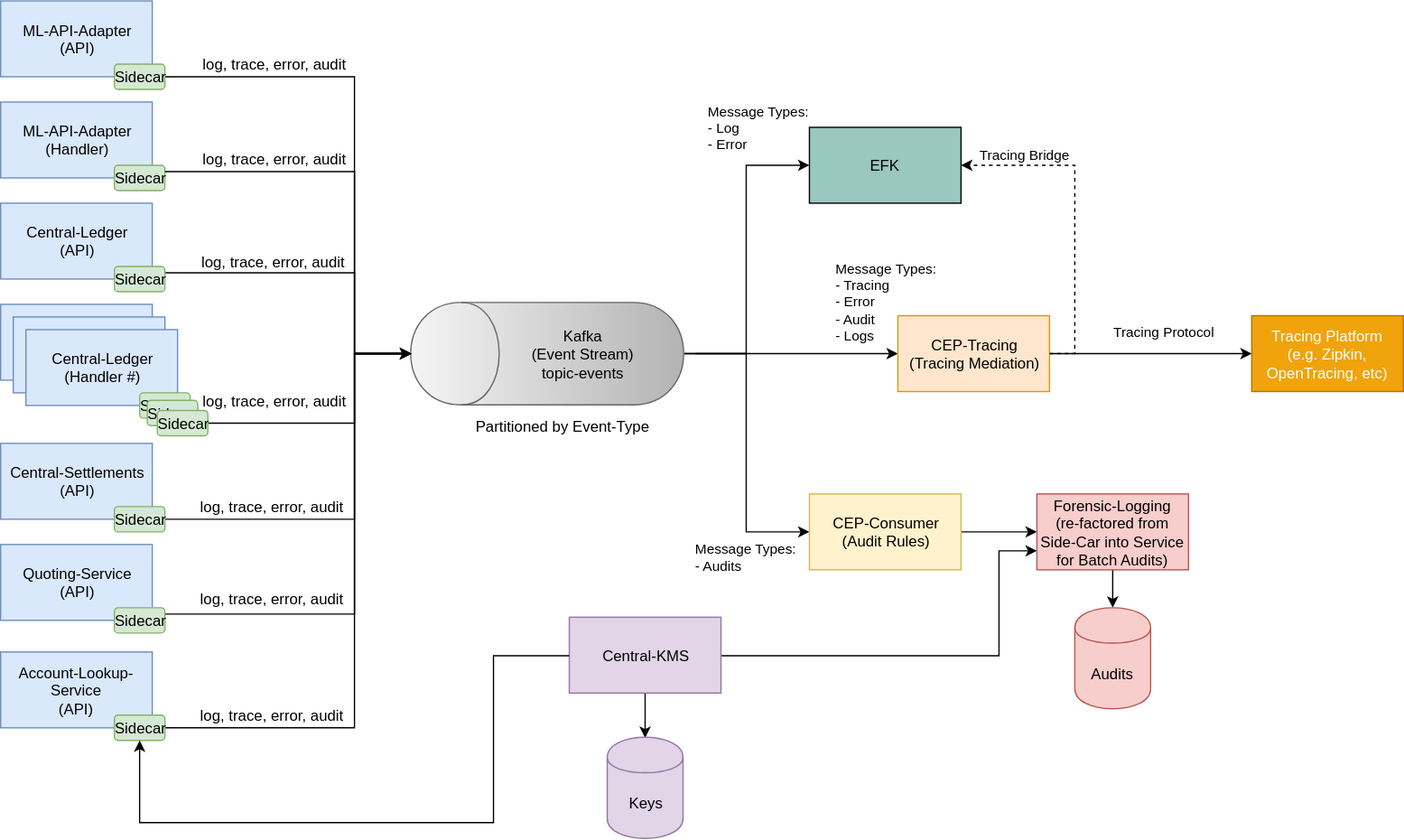
mojaloop/documentation keeps this draw.io diagram as mojaloop-technical-overview/event-framework/assets/diagrams/architecture/architecture-event-framework.svg. Above is the earlier version. Source tidied: cells renumbered, new cells last; positions are measured from the earlier drawing's top-left corner, leaving out a move shared by most shapes.
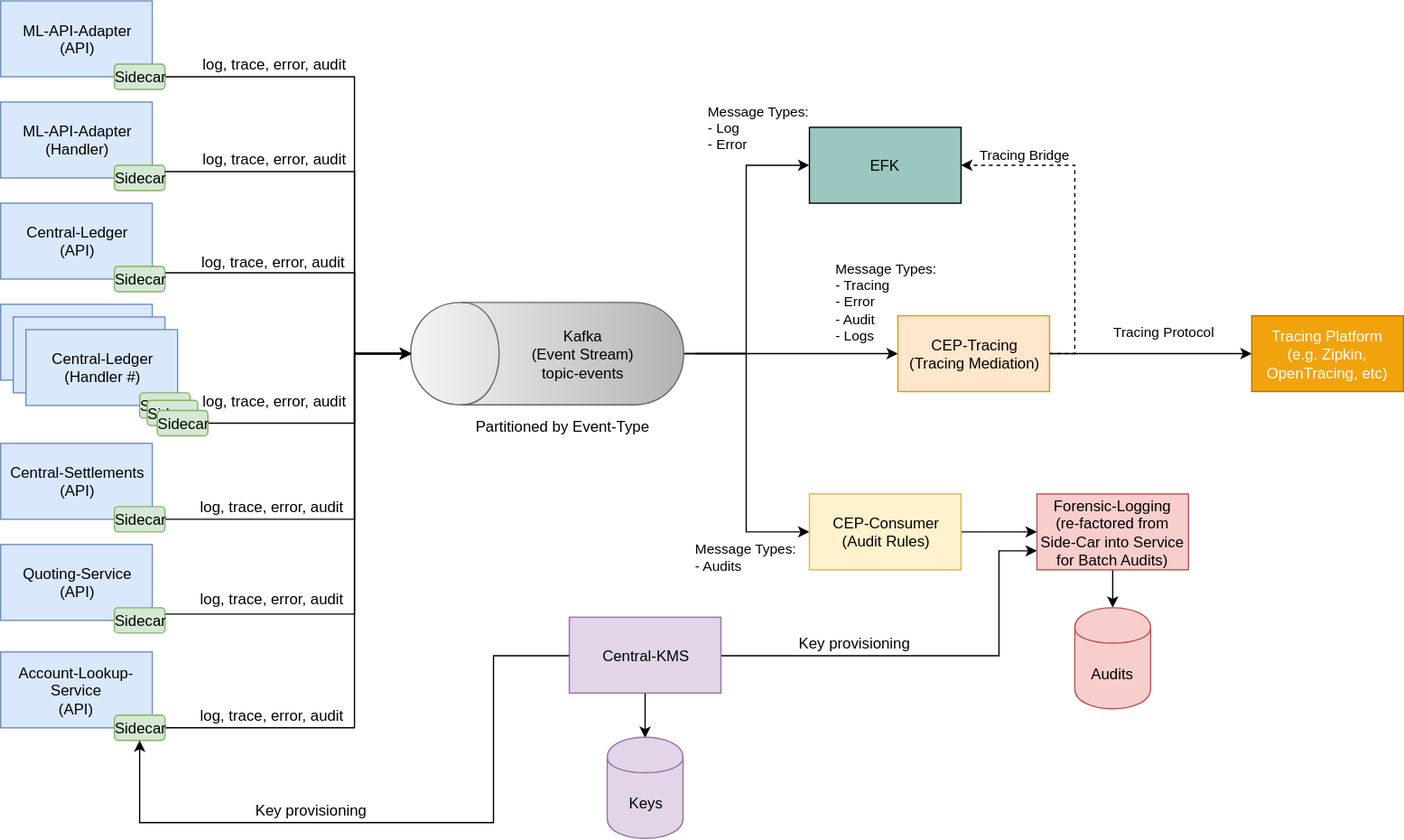
Above is the later version.

Commit message:
updates to event arch

Diff of the diagram source:
```diff
@@ -254,5 +254,11 @@
         </Array>
       </mxGeometry>
     </mxCell>
+    <mxCell id="63" value="&lt;div style=&quot;text-align: left&quot;&gt;Key provisioning&lt;/div&gt;" style="text;html=1;strokeColor=none;fillColor=none;align=center;verticalAlign=middle;whiteSpace=wrap;rounded=0;" parent="1" vertex="1">
+      <mxGeometry x="150" y="630" width="190" height="20" as="geometry" />
+    </mxCell>
+    <mxCell id="64" value="&lt;div style=&quot;text-align: left&quot;&gt;Key provisioning&lt;/div&gt;" style="text;html=1;strokeColor=none;fillColor=none;align=center;verticalAlign=middle;whiteSpace=wrap;rounded=0;" parent="1" vertex="1">
+      <mxGeometry x="580" y="497.5" width="190" height="20" as="geometry" />
+    </mxCell>
   </root>
 </mxGraphModel>
```
